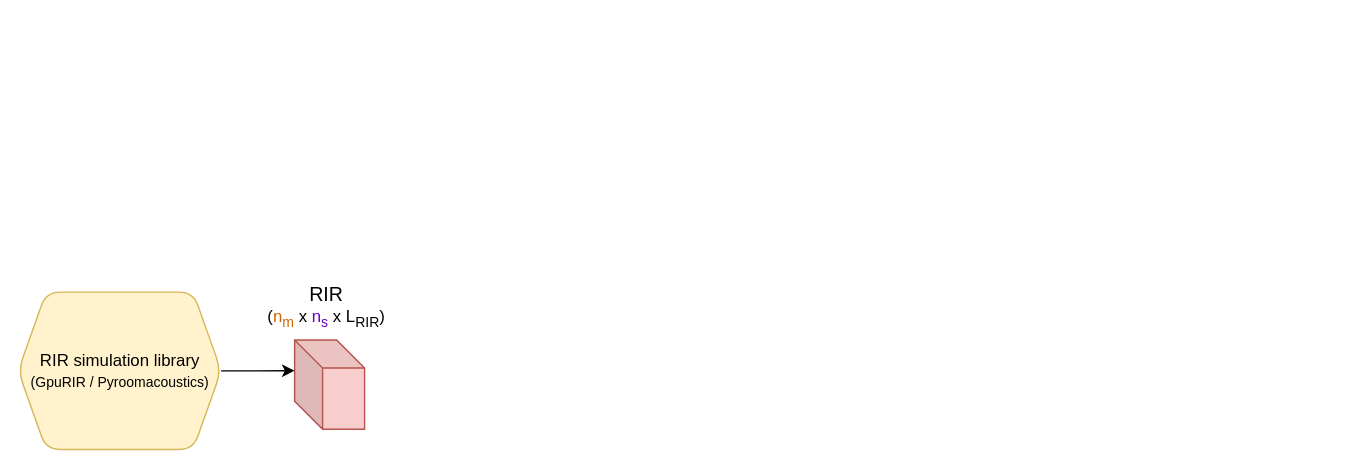
This is slides/2_simulator/figures/audio_pipeline_1.svg from GaetanLepage/phd_defense_slides, a draw.io export, as it was before one commit. Source tidied: cells renumbered, new cells last; positions are measured from the earlier drawing's top-left corner, leaving out a move shared by most shapes.
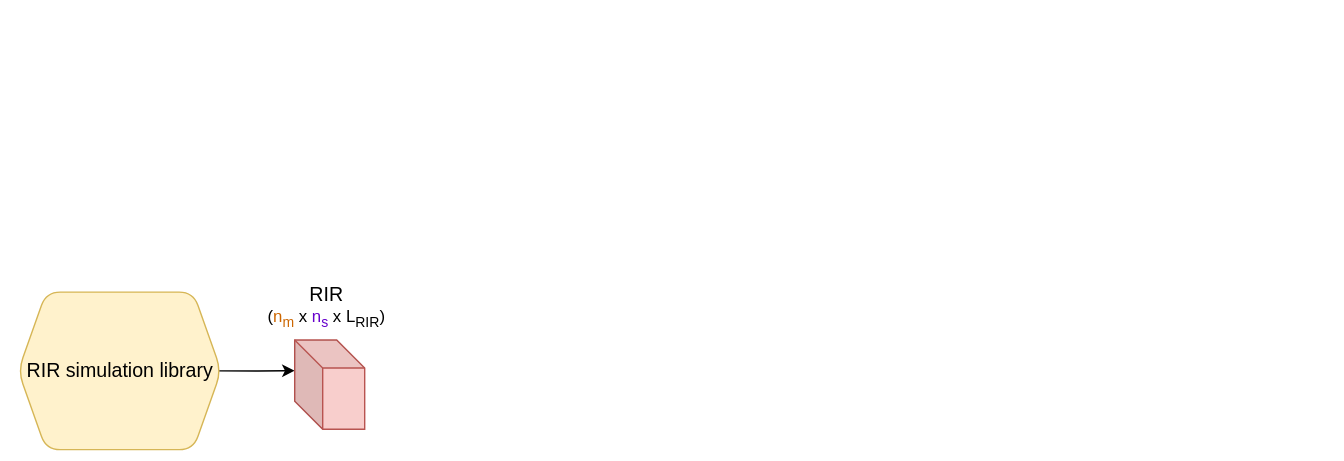
The same diagram one commit later.

Change to the diagram source:
```diff
@@ -5,14 +5,14 @@
     <mxCell id="2" style="rounded=0;whiteSpace=wrap;html=1;fillColor=none;strokeColor=none;" parent="1" vertex="1">
       <mxGeometry y="-0.5" width="960" height="328.5" as="geometry" />
     </mxCell>
-    <mxCell id="3" value="RIR simulation library&lt;br&gt;&lt;font style=&quot;font-size: 10px;&quot;&gt;(GpuRIR / Pyroomacoustics)&lt;/font&gt;" style="shape=hexagon;perimeter=hexagonPerimeter2;whiteSpace=wrap;html=1;fixedSize=1;rounded=1;hachureGap=4;fontFamily=Helvetica;fillColor=#fff2cc;strokeColor=#d6b656;" parent="1" vertex="1">
-      <mxGeometry x="12.5" y="208" width="145" height="112.5" as="geometry" />
+    <mxCell id="3" style="edgeStyle=orthogonalEdgeStyle;rounded=0;hachureGap=4;jettySize=auto;html=1;entryX=0;entryY=0;entryDx=0;entryDy=21.875;entryPerimeter=0;fontFamily=Architects Daughter;fontSource=https%3A%2F%2Ffonts.googleapis.com%2Fcss%3Ffamily%3DArchitects%2BDaughter;exitX=0.988;exitY=0.5;exitDx=0;exitDy=0;exitPerimeter=0;" parent="1" edge="1" source="4" target="5">
+      <mxGeometry relative="1" as="geometry" />
     </mxCell>
-    <mxCell id="4" style="shape=cube;whiteSpace=wrap;html=1;boundedLbl=1;backgroundOutline=1;darkOpacity=0.05;darkOpacity2=0.1;hachureGap=4;fontFamily=Architects Daughter;fontSource=https%3A%2F%2Ffonts.googleapis.com%2Fcss%3Ffamily%3DArchitects%2BDaughter;fillColor=#f8cecc;strokeColor=#b85450;" parent="1" vertex="1">
-      <mxGeometry x="210" y="242.2" width="50" height="63.8" as="geometry" />
+    <mxCell id="4" value="RIR simulation library" style="shape=hexagon;perimeter=hexagonPerimeter2;whiteSpace=wrap;html=1;fixedSize=1;rounded=1;hachureGap=4;fontFamily=Helvetica;fillColor=#fff2cc;strokeColor=#d6b656;fontSize=14;" parent="1" vertex="1">
+      <mxGeometry x="12.5" y="208" width="145" height="112.5" as="geometry" />
     </mxCell>
-    <mxCell id="5" style="edgeStyle=orthogonalEdgeStyle;rounded=0;hachureGap=4;jettySize=auto;html=1;entryX=0;entryY=0;entryDx=0;entryDy=21.875;entryPerimeter=0;fontFamily=Architects Daughter;fontSource=https%3A%2F%2Ffonts.googleapis.com%2Fcss%3Ffamily%3DArchitects%2BDaughter;" parent="1" edge="1" source="3" target="4">
-      <mxGeometry relative="1" as="geometry" />
+    <mxCell id="5" style="shape=cube;whiteSpace=wrap;html=1;boundedLbl=1;backgroundOutline=1;darkOpacity=0.05;darkOpacity2=0.1;hachureGap=4;fontFamily=Architects Daughter;fontSource=https%3A%2F%2Ffonts.googleapis.com%2Fcss%3Ffamily%3DArchitects%2BDaughter;fillColor=#f8cecc;strokeColor=#b85450;" parent="1" vertex="1">
+      <mxGeometry x="210" y="242.2" width="50" height="63.8" as="geometry" />
     </mxCell>
     <mxCell id="6" value="&lt;div&gt;&lt;font style=&quot;font-size: 14px;&quot;&gt;RIR&lt;/font&gt;&lt;/div&gt;(&lt;font color=&quot;#cc6600&quot;&gt;n&lt;sub&gt;m&lt;/sub&gt;&lt;/font&gt; x &lt;font color=&quot;#6600cc&quot;&gt;n&lt;sub&gt;s&lt;/sub&gt;&lt;/font&gt; x L&lt;sub&gt;RIR&lt;/sub&gt;)" style="text;html=1;align=center;verticalAlign=middle;whiteSpace=wrap;rounded=0;fontFamily=Helvetica;" parent="1" vertex="1">
       <mxGeometry x="188.5" y="204.2" width="90" height="30" as="geometry" />
```
